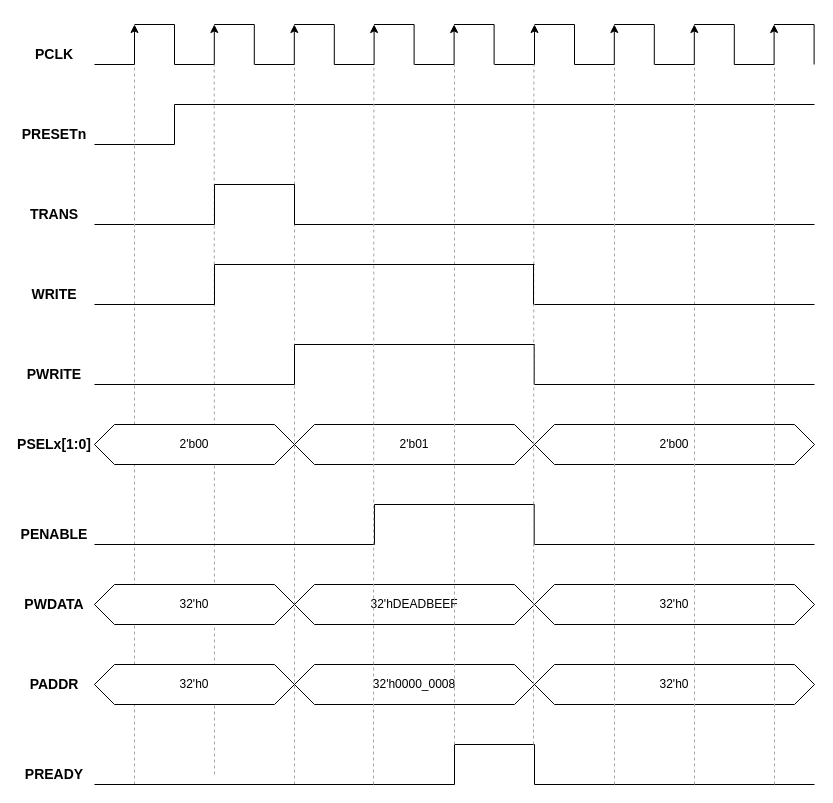
Before: page "WRITE TRANS WITHOUT WAITING" (3 of 14) of APB.drawio in 106210049/AMBA-APB, a draw.io diagram. Source tidied: cells renumbered, new cells numbered last; positions are measured from the earlier drawing's top-left corner, leaving out a move shared by most shapes. Both pictures are drawn from the tidied source at 100%, with x=0, y=0 at pixel (24, 24).
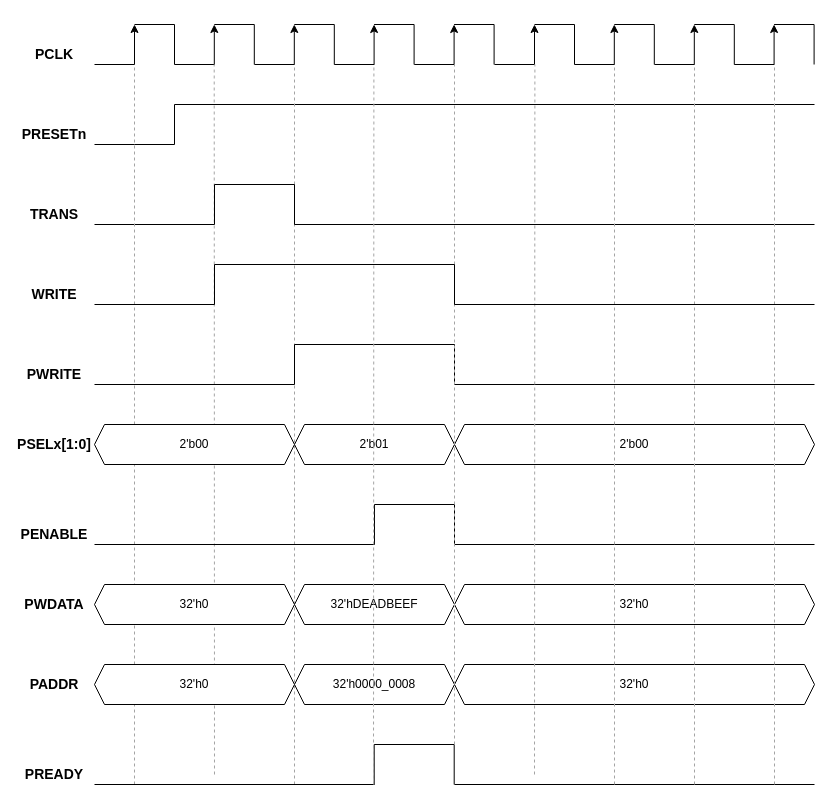
The same diagram, later.

Diff of the diagram source:
```diff
@@
     <mxCell id="54" style="endArrow=none;html=1;rounded=0;" parent="1" edge="1">
       <mxGeometry relative="1" as="geometry">
         <mxPoint x="270" y="320" as="sourcePoint" />
-        <mxPoint x="510" y="320" as="targetPoint" />
+        <mxPoint x="430" y="320" as="targetPoint" />
       </mxGeometry>
     </mxCell>
     <mxCell id="55" style="endArrow=none;html=1;rounded=0;" parent="1" edge="1">
       <mxGeometry relative="1" as="geometry">
-        <mxPoint x="509.7" y="360" as="sourcePoint" />
-        <mxPoint x="509.7" y="320" as="targetPoint" />
+        <mxPoint x="430" y="360" as="sourcePoint" />
+        <mxPoint x="430" y="320" as="targetPoint" />
       </mxGeometry>
     </mxCell>
     <mxCell id="56" style="endArrow=none;html=1;rounded=0;" parent="1" edge="1">
       <mxGeometry relative="1" as="geometry">
-        <mxPoint x="510" y="360" as="sourcePoint" />
+        <mxPoint x="430" y="360" as="sourcePoint" />
         <mxPoint x="790" y="360" as="targetPoint" />
       </mxGeometry>
     </mxCell>
@@
-    <mxCell id="59" value="2'b01" style="shape=hexagon;perimeter=hexagonPerimeter2;whiteSpace=wrap;html=1;fixedSize=1;" parent="1" vertex="1">
-      <mxGeometry x="270" y="400" width="240" height="40" as="geometry" />
+    <mxCell id="59" value="2'b01" style="shape=hexagon;perimeter=hexagonPerimeter2;whiteSpace=wrap;html=1;fixedSize=1;size=10;" parent="1" vertex="1">
+      <mxGeometry x="270" y="400" width="160" height="40" as="geometry" />
     </mxCell>
-    <mxCell id="60" value="2'b00" style="shape=hexagon;perimeter=hexagonPerimeter2;whiteSpace=wrap;html=1;fixedSize=1;" parent="1" vertex="1">
+    <mxCell id="60" value="2'b00" style="shape=hexagon;perimeter=hexagonPerimeter2;whiteSpace=wrap;html=1;fixedSize=1;size=10;" parent="1" vertex="1">
       <mxGeometry x="70" y="400" width="200" height="40" as="geometry" />
     </mxCell>
@@
     <mxCell id="62" style="endArrow=none;html=1;rounded=0;" parent="1" edge="1">
       <mxGeometry relative="1" as="geometry">
         <mxPoint x="350" y="480" as="sourcePoint" />
-        <mxPoint x="510" y="480" as="targetPoint" />
+        <mxPoint x="430" y="480" as="targetPoint" />
       </mxGeometry>
     </mxCell>
     <mxCell id="63" style="endArrow=none;html=1;rounded=0;" parent="1" edge="1">
       <mxGeometry relative="1" as="geometry">
-        <mxPoint x="509.7" y="520" as="sourcePoint" />
-        <mxPoint x="509.7" y="480" as="targetPoint" />
+        <mxPoint x="430" y="520" as="sourcePoint" />
+        <mxPoint x="430" y="480" as="targetPoint" />
       </mxGeometry>
     </mxCell>
@@
     <mxCell id="65" style="endArrow=none;html=1;rounded=0;" parent="1" edge="1">
       <mxGeometry relative="1" as="geometry">
-        <mxPoint x="510" y="520" as="sourcePoint" />
+        <mxPoint x="430" y="520" as="sourcePoint" />
         <mxPoint x="790" y="520" as="targetPoint" />
       </mxGeometry>
     </mxCell>
@@
-    <mxCell id="68" value="2'b00" style="shape=hexagon;perimeter=hexagonPerimeter2;whiteSpace=wrap;html=1;fixedSize=1;" parent="1" vertex="1">
-      <mxGeometry x="510" y="400" width="280" height="40" as="geometry" />
+    <mxCell id="68" value="2'b00" style="shape=hexagon;perimeter=hexagonPerimeter2;whiteSpace=wrap;html=1;fixedSize=1;size=10;" parent="1" vertex="1">
+      <mxGeometry x="430" y="400" width="360" height="40" as="geometry" />
     </mxCell>
-    <mxCell id="69" value="32'hDEADBEEF" style="shape=hexagon;perimeter=hexagonPerimeter2;whiteSpace=wrap;html=1;fixedSize=1;" parent="1" vertex="1">
-      <mxGeometry x="270" y="560" width="240" height="40" as="geometry" />
+    <mxCell id="69" value="32'hDEADBEEF" style="shape=hexagon;perimeter=hexagonPerimeter2;whiteSpace=wrap;html=1;fixedSize=1;size=10;" parent="1" vertex="1">
+      <mxGeometry x="270" y="560" width="160" height="40" as="geometry" />
     </mxCell>
-    <mxCell id="70" value="32'h0" style="shape=hexagon;perimeter=hexagonPerimeter2;whiteSpace=wrap;html=1;fixedSize=1;" parent="1" vertex="1">
+    <mxCell id="70" value="32'h0" style="shape=hexagon;perimeter=hexagonPerimeter2;whiteSpace=wrap;html=1;fixedSize=1;size=10;" parent="1" vertex="1">
       <mxGeometry x="70" y="560" width="200" height="40" as="geometry" />
     </mxCell>
@@
-    <mxCell id="72" value="32'h0" style="shape=hexagon;perimeter=hexagonPerimeter2;whiteSpace=wrap;html=1;fixedSize=1;" parent="1" vertex="1">
-      <mxGeometry x="510" y="560" width="280" height="40" as="geometry" />
+    <mxCell id="72" value="32'h0" style="shape=hexagon;perimeter=hexagonPerimeter2;whiteSpace=wrap;html=1;fixedSize=1;size=10;" parent="1" vertex="1">
+      <mxGeometry x="430" y="560" width="360" height="40" as="geometry" />
     </mxCell>
@@
     <mxCell id="74" style="endArrow=none;html=1;rounded=0;" parent="1" edge="1">
       <mxGeometry relative="1" as="geometry">
-        <mxPoint x="430" y="760" as="sourcePoint" />
-        <mxPoint x="430" y="720" as="targetPoint" />
+        <mxPoint x="349.7" y="760" as="sourcePoint" />
+        <mxPoint x="349.7" y="720" as="targetPoint" />
       </mxGeometry>
     </mxCell>
     <mxCell id="75" style="endArrow=none;html=1;rounded=0;" parent="1" edge="1">
       <mxGeometry relative="1" as="geometry">
-        <mxPoint x="430" y="720" as="sourcePoint" />
-        <mxPoint x="510" y="720" as="targetPoint" />
+        <mxPoint x="349.7" y="720" as="sourcePoint" />
+        <mxPoint x="429.7" y="720" as="targetPoint" />
       </mxGeometry>
     </mxCell>
     <mxCell id="76" style="endArrow=none;html=1;rounded=0;" parent="1" edge="1">
       <mxGeometry relative="1" as="geometry">
-        <mxPoint x="510" y="760" as="sourcePoint" />
-        <mxPoint x="510" y="720" as="targetPoint" />
+        <mxPoint x="429.7" y="760" as="sourcePoint" />
+        <mxPoint x="429.7" y="720" as="targetPoint" />
       </mxGeometry>
     </mxCell>
     <mxCell id="77" style="endArrow=none;html=1;rounded=0;" parent="1" edge="1">
       <mxGeometry relative="1" as="geometry">
         <mxPoint x="70" y="760" as="sourcePoint" />
-        <mxPoint x="430" y="760" as="targetPoint" />
+        <mxPoint x="350" y="760" as="targetPoint" />
       </mxGeometry>
     </mxCell>
     <mxCell id="78" style="endArrow=none;html=1;rounded=0;" parent="1" edge="1">
       <mxGeometry relative="1" as="geometry">
-        <mxPoint x="510" y="760" as="sourcePoint" />
+        <mxPoint x="430" y="760" as="sourcePoint" />
         <mxPoint x="790" y="760" as="targetPoint" />
       </mxGeometry>
     </mxCell>
@@
-    <mxCell id="80" value="32'h0000_0008" style="shape=hexagon;perimeter=hexagonPerimeter2;whiteSpace=wrap;html=1;fixedSize=1;" parent="1" vertex="1">
-      <mxGeometry x="270" y="640" width="240" height="40" as="geometry" />
+    <mxCell id="80" value="32'h0000_0008" style="shape=hexagon;perimeter=hexagonPerimeter2;whiteSpace=wrap;html=1;fixedSize=1;size=10;" parent="1" vertex="1">
+      <mxGeometry x="270" y="640" width="160" height="40" as="geometry" />
     </mxCell>
-    <mxCell id="81" value="32'h0" style="shape=hexagon;perimeter=hexagonPerimeter2;whiteSpace=wrap;html=1;fixedSize=1;" parent="1" vertex="1">
+    <mxCell id="81" value="32'h0" style="shape=hexagon;perimeter=hexagonPerimeter2;whiteSpace=wrap;html=1;fixedSize=1;size=10;" parent="1" vertex="1">
       <mxGeometry x="70" y="640" width="200" height="40" as="geometry" />
     </mxCell>
@@
-    <mxCell id="83" value="32'h0" style="shape=hexagon;perimeter=hexagonPerimeter2;whiteSpace=wrap;html=1;fixedSize=1;" parent="1" vertex="1">
-      <mxGeometry x="510" y="640" width="280" height="40" as="geometry" />
+    <mxCell id="83" value="32'h0" style="shape=hexagon;perimeter=hexagonPerimeter2;whiteSpace=wrap;html=1;fixedSize=1;size=10;" parent="1" vertex="1">
+      <mxGeometry x="430" y="640" width="360" height="40" as="geometry" />
     </mxCell>
@@
     <mxCell id="86" style="endArrow=none;dashed=1;html=1;rounded=0;strokeColor=#A4A4A4;" parent="1" edge="1">
       <mxGeometry relative="1" as="geometry">
-        <mxPoint x="509" y="720" as="sourcePoint" />
-        <mxPoint x="509.4" y="40" as="targetPoint" />
+        <mxPoint x="510" y="750" as="sourcePoint" />
+        <mxPoint x="510.4" y="40" as="targetPoint" />
       </mxGeometry>
     </mxCell>
@@
     <mxCell id="92" style="endArrow=none;html=1;rounded=0;" parent="1" edge="1">
       <mxGeometry relative="1" as="geometry">
         <mxPoint x="190" y="240" as="sourcePoint" />
-        <mxPoint x="510" y="240" as="targetPoint" />
+        <mxPoint x="430" y="240" as="targetPoint" />
       </mxGeometry>
     </mxCell>
     <mxCell id="93" style="endArrow=none;html=1;rounded=0;" parent="1" edge="1">
       <mxGeometry relative="1" as="geometry">
-        <mxPoint x="509" y="280" as="sourcePoint" />
-        <mxPoint x="509" y="240" as="targetPoint" />
+        <mxPoint x="430" y="280" as="sourcePoint" />
+        <mxPoint x="430" y="240" as="targetPoint" />
       </mxGeometry>
     </mxCell>
     <mxCell id="94" style="endArrow=none;html=1;rounded=0;" parent="1" edge="1">
       <mxGeometry relative="1" as="geometry">
-        <mxPoint x="510" y="280" as="sourcePoint" />
+        <mxPoint x="430" y="280" as="sourcePoint" />
         <mxPoint x="790" y="280" as="targetPoint" />
       </mxGeometry>
     </mxCell>
```
